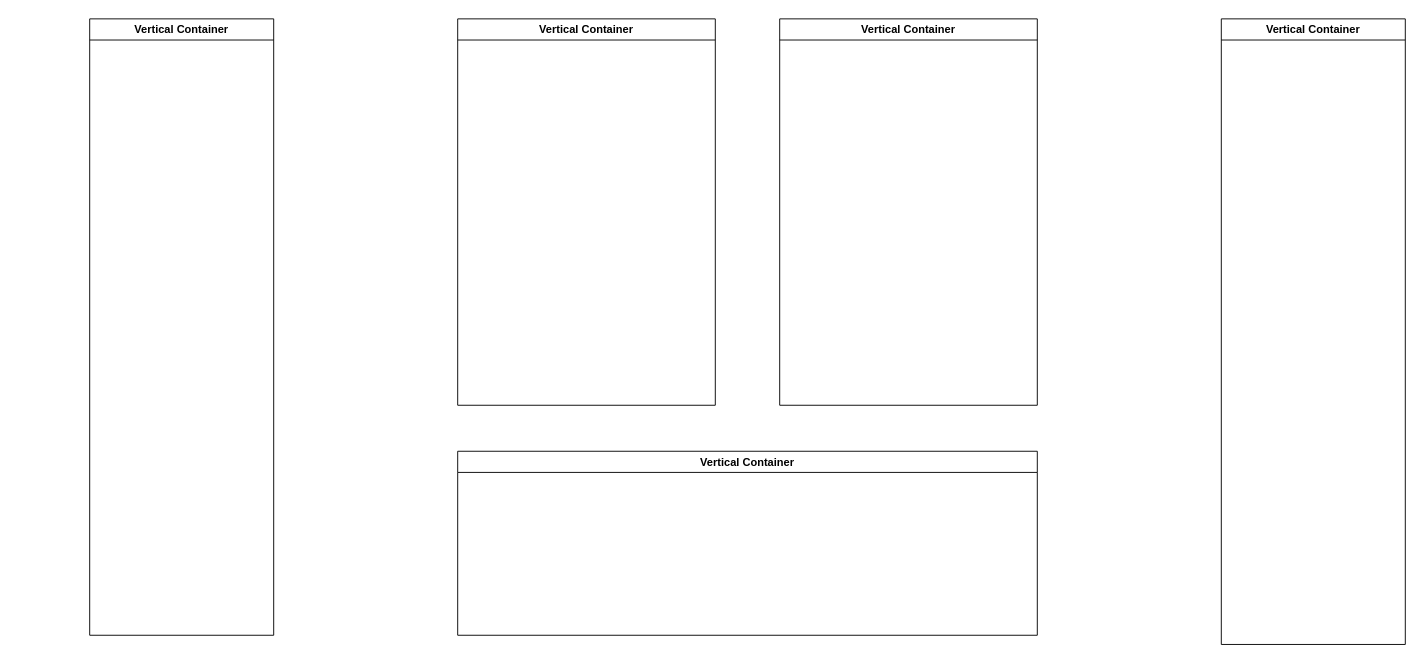
Before: Untitled Diagram.drawio in Blackart-glitch/FundFlex, a draw.io diagram. Source tidied: cells renumbered, new cells numbered last; positions are measured from the earlier drawing's top-left corner, leaving out a move shared by most shapes. Both pictures are drawn from the tidied source at 92%, with x=0, y=0 at pixel (89, 18).
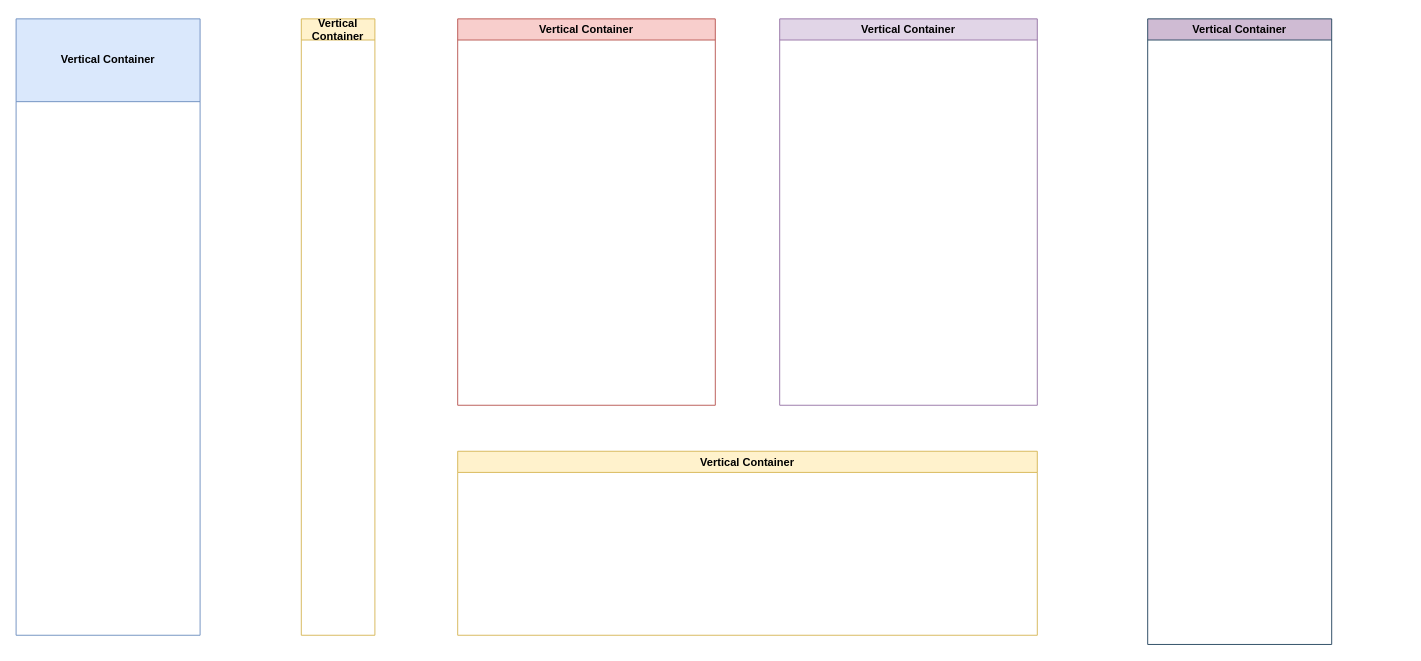
Above is the later version.

The edit, as a diff of the source:
```diff
@@
 <mxGraphModel>
   <root>
     <mxCell id="0" />
     <mxCell id="1" parent="0" />
-    <mxCell id="2" value="Vertical Container" style="swimlane;whiteSpace=wrap;html=1;" parent="1" vertex="1">
-      <mxGeometry width="200" height="670" as="geometry" />
+    <mxCell id="2" value="Vertical Container" style="swimlane;whiteSpace=wrap;html=1;fillColor=#dae8fc;strokeColor=#6c8ebf;swimlaneFillColor=none;gradientColor=none;startSize=90;" parent="1" vertex="1">
+      <mxGeometry x="-80" width="200" height="670" as="geometry" />
     </mxCell>
-    <mxCell id="3" value="Vertical Container" style="swimlane;whiteSpace=wrap;html=1;" parent="1" vertex="1">
+    <mxCell id="3" value="Vertical Container" style="swimlane;whiteSpace=wrap;html=1;fillColor=#e1d5e7;strokeColor=#9673a6;" parent="1" vertex="1">
       <mxGeometry x="750" width="280" height="420" as="geometry" />
     </mxCell>
-    <mxCell id="4" value="Vertical Container" style="swimlane;whiteSpace=wrap;html=1;" parent="1" vertex="1">
+    <mxCell id="4" value="Vertical Container" style="swimlane;whiteSpace=wrap;html=1;fillColor=#fff2cc;strokeColor=#d6b656;" parent="1" vertex="1">
       <mxGeometry x="400" y="470" width="630" height="200" as="geometry" />
     </mxCell>
-    <mxCell id="5" value="Vertical Container" style="swimlane;whiteSpace=wrap;html=1;" parent="1" vertex="1">
-      <mxGeometry x="1230" width="200" height="680" as="geometry" />
+    <mxCell id="5" value="Vertical Container" style="swimlane;whiteSpace=wrap;html=1;fillColor=#cfbbd3;strokeColor=#23445d;" parent="1" vertex="1">
+      <mxGeometry x="1150" width="200" height="680" as="geometry" />
     </mxCell>
-    <mxCell id="6" value="Vertical Container" style="swimlane;whiteSpace=wrap;html=1;" parent="1" vertex="1">
+    <mxCell id="6" value="Vertical Container" style="swimlane;whiteSpace=wrap;html=1;fillColor=#f8cecc;strokeColor=#b85450;" parent="1" vertex="1">
       <mxGeometry x="400" width="280" height="420" as="geometry" />
     </mxCell>
+    <mxCell id="7" value="Vertical Container" style="swimlane;whiteSpace=wrap;html=1;fillColor=#fff2cc;strokeColor=#d6b656;" parent="1" vertex="1">
+      <mxGeometry x="230" width="80" height="670" as="geometry" />
+    </mxCell>
   </root>
 </mxGraphModel>
```
